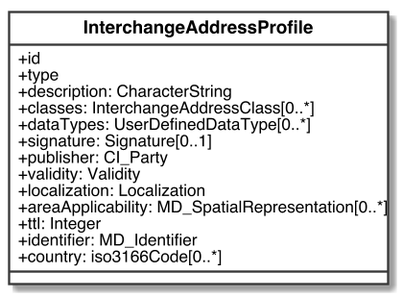
Earlier version of the PlantUML export images/AddressProfile.png (CalConnect/csd-digital-addresses).
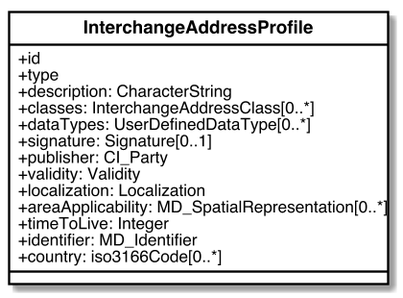
After the change.

The edit, as a diff of the source:
```diff
@@ -1,53 +1,59 @@
-@startuml AddressProfile
+@startuml
 
-skinparam classAttributeIconSize 0
+
 skinparam Dpi 150
-skinparam Monochrome true
+skinparam Monochrome false
 skinparam LineType ortho
-skinparam nodesep 30
-skinparam ranksep 30
 hide circle
 skinparam Default {
-TextAlignment center
-FontName Helvetica
+  TextAlignment center
+  FontName Helvetica
 }
 skinparam Class {
-AttributeIconSize 0
-BackgroundColor White
-FontStyle bold
-StereotypeFontSize 10
+  AttributeIconSize 0
+  BackgroundColor White
+  ArrowColor Black
+  BorderColor Black
+  FontStyle bold
+  StereotypeFontSize 10
 }
 skinparam Rectangle {
-BackgroundColor White
-FontStyle bold
-FontSize 11
-StereotypeFontSize 10
+  BackgroundColor White
+  ArrowColor Black
+  BorderColor Black
+  FontStyle bold
+  FontSize 11
+  StereotypeFontSize 10
 }
 skinparam Object {
-BackgroundColor White
-FontStyle bold
-FontSize 11
-StereotypeFontSize 10
+  BackgroundColor White
+  ArrowColor Black
+  BorderColor Black
+  FontStyle bold
+  FontSize 11
+  StereotypeFontSize 10
 }
 
 skinparam Entity {
-StereotypeFontSize 10
+  StereotypeFontSize 10
 }
 
+
+
 class InterchangeAddressProfile {
-    +id
-    +type
-    +description: CharacterString
-    +classes: InterchangeAddressClass[0..*]
-    +dataTypes: UserDefinedDataType[0..*]
-    +signature: Signature[0..1]
-    +publisher: CI_Party
-    +validity: Validity
-    +localization: Localization
-    +areaApplicability: MD_SpatialRepresentation[0..*]
-    +ttl: Integer
-    +identifier: MD_Identifier
-    +country: iso3166Code[0..*]
+  +id
+  +type
+  +description: CharacterString
+  +classes: InterchangeAddressClass[0..*]
+  +dataTypes: UserDefinedDataType[0..*]
+  +signature: Signature[0..1]
+  +publisher: CI_Party
+  +validity: Validity
+  +localization: Localization
+  +areaApplicability: MD_SpatialRepresentation[0..*]
+  +timeToLive: Integer
+  +identifier: MD_Identifier
+  +country: iso3166Code[0..*]
 }
 
 
```
